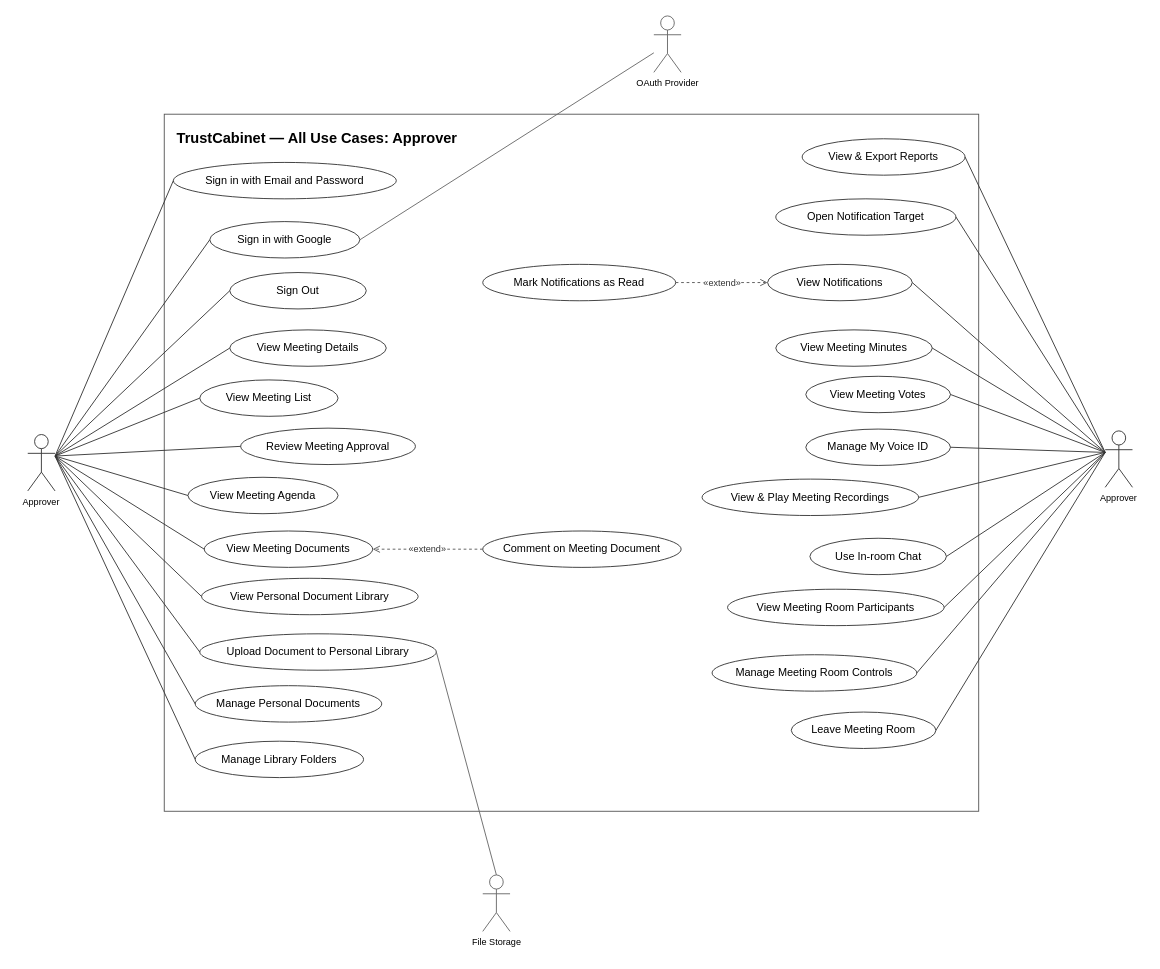
Above: page "Approver" (3 of 7) of docs/14-uc-diagram/trustcabinet-use-cases.drawio in callmehai/FU-FA26-G116 (draw.io), before the change. Source tidied: cells renumbered, new cells numbered last; positions are measured from the earlier drawing's top-left corner, leaving out a move shared by most shapes. Both pictures are drawn from the tidied source at 91%, with x=0, y=0 at pixel (27, 15).
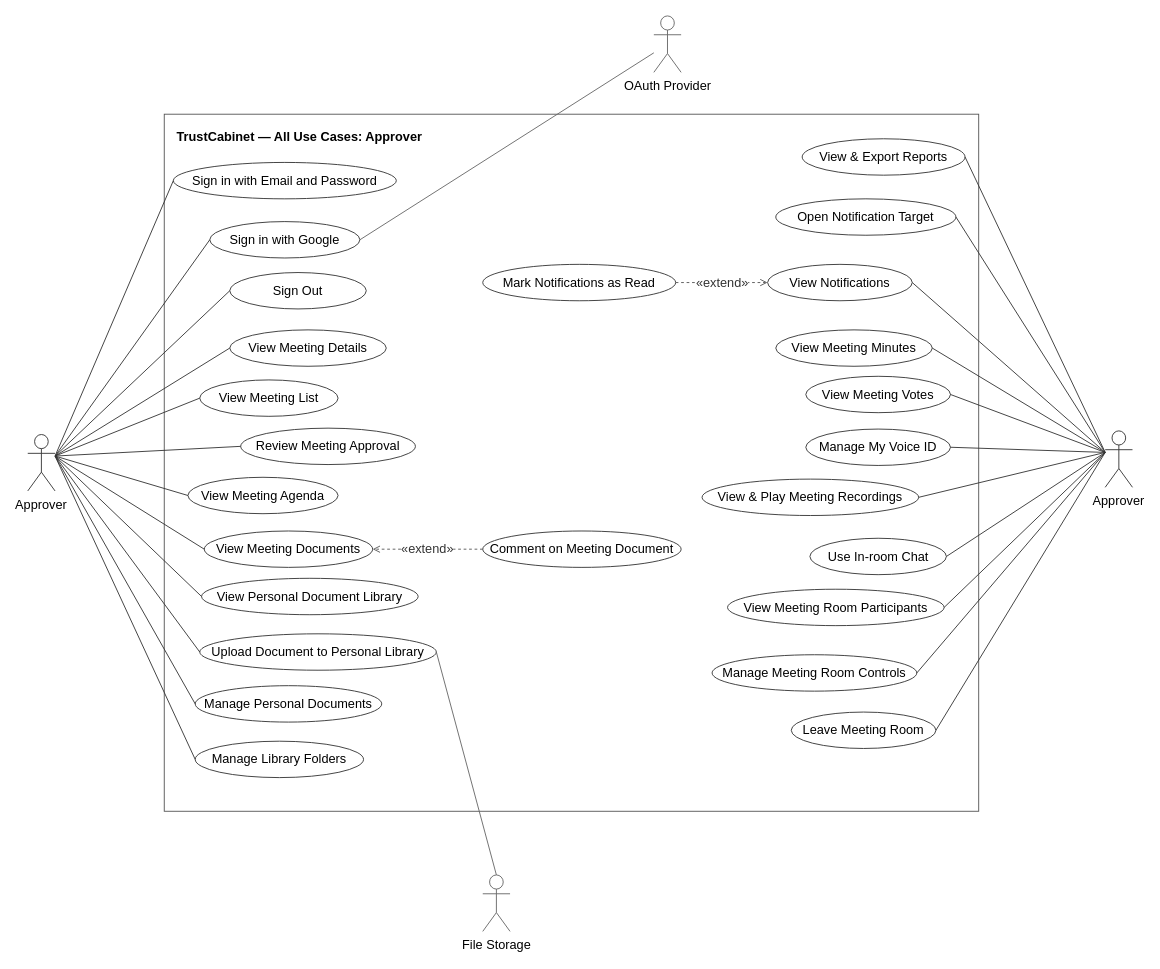
Above is the later version.

What changed in the source:
```diff
@@
-    <mxCell id="2" value="TrustCabinet — All Use Cases: Approver" style="rounded=0;whiteSpace=wrap;html=1;align=left;verticalAlign=top;spacingTop=10;spacingLeft=12;fontStyle=1;fontSize=16;strokeColor=#555555;fillColor=none;" parent="1" vertex="1">
+    <mxCell id="2" value="TrustCabinet — All Use Cases: Approver" style="rounded=0;whiteSpace=wrap;html=1;align=left;verticalAlign=top;spacingTop=10;spacingLeft=12;fontStyle=1;fontSize=14;strokeColor=#555555;fillColor=none;" parent="1" vertex="1">
       <mxGeometry x="150" y="108" width="895" height="766" as="geometry" />
     </mxCell>
-    <mxCell id="3" value="Approver" style="shape=umlActor;whiteSpace=wrap;verticalLabelPosition=bottom;verticalAlign=top;html=1;outlineConnect=0;fillColor=#ffffff;strokeColor=#333333;fontSize=10;" parent="1" vertex="1">
+    <mxCell id="3" value="Approver" style="shape=umlActor;whiteSpace=wrap;verticalLabelPosition=bottom;verticalAlign=top;html=1;outlineConnect=0;fillColor=#ffffff;strokeColor=#333333;fontSize=14;" parent="1" vertex="1">
       <mxGeometry y="460" width="30" height="62" as="geometry" />
     </mxCell>
-    <mxCell id="4" value="Approver" style="shape=umlActor;whiteSpace=wrap;verticalLabelPosition=bottom;verticalAlign=top;html=1;outlineConnect=0;fillColor=#ffffff;strokeColor=#333333;fontSize=10;" parent="1" vertex="1">
+    <mxCell id="4" value="Approver" style="shape=umlActor;whiteSpace=wrap;verticalLabelPosition=bottom;verticalAlign=top;html=1;outlineConnect=0;fillColor=#ffffff;strokeColor=#333333;fontSize=14;" parent="1" vertex="1">
       <mxGeometry x="1184" y="456" width="30" height="62" as="geometry" />
     </mxCell>
-    <mxCell id="5" value="Sign in with Email and Password" style="ellipse;whiteSpace=wrap;html=1;align=center;verticalAlign=middle;fontSize=12;strokeColor=#333333;fillColor=#ffffff;" parent="1" vertex="1">
+    <mxCell id="5" value="Sign in with Email and Password" style="ellipse;whiteSpace=wrap;html=1;align=center;verticalAlign=middle;fontSize=14;strokeColor=#333333;fillColor=#ffffff;" parent="1" vertex="1">
       <mxGeometry x="160" y="161" width="245" height="40" as="geometry" />
     </mxCell>
-    <mxCell id="6" value="Sign in with Google" style="ellipse;whiteSpace=wrap;html=1;align=center;verticalAlign=middle;fontSize=12;strokeColor=#333333;fillColor=#ffffff;" parent="1" vertex="1">
+    <mxCell id="6" value="Sign in with Google" style="ellipse;whiteSpace=wrap;html=1;align=center;verticalAlign=middle;fontSize=14;strokeColor=#333333;fillColor=#ffffff;" parent="1" vertex="1">
       <mxGeometry x="200" y="226" width="165" height="40" as="geometry" />
     </mxCell>
-    <mxCell id="7" value="Sign Out" style="ellipse;whiteSpace=wrap;html=1;align=center;verticalAlign=middle;fontSize=12;strokeColor=#333333;fillColor=#ffffff;" parent="1" vertex="1">
+    <mxCell id="7" value="Sign Out" style="ellipse;whiteSpace=wrap;html=1;align=center;verticalAlign=middle;fontSize=14;strokeColor=#333333;fillColor=#ffffff;" parent="1" vertex="1">
       <mxGeometry x="222" y="282" width="150" height="40" as="geometry" />
     </mxCell>
-    <mxCell id="8" value="View Meeting Details" style="ellipse;whiteSpace=wrap;html=1;align=center;verticalAlign=middle;fontSize=12;strokeColor=#333333;fillColor=#ffffff;" parent="1" vertex="1">
+    <mxCell id="8" value="View Meeting Details" style="ellipse;whiteSpace=wrap;html=1;align=center;verticalAlign=middle;fontSize=14;strokeColor=#333333;fillColor=#ffffff;" parent="1" vertex="1">
       <mxGeometry x="222" y="345" width="172" height="40" as="geometry" />
     </mxCell>
-    <mxCell id="9" value="View Meeting List" style="ellipse;whiteSpace=wrap;html=1;align=center;verticalAlign=middle;fontSize=12;strokeColor=#333333;fillColor=#ffffff;" parent="1" vertex="1">
+    <mxCell id="9" value="View Meeting List" style="ellipse;whiteSpace=wrap;html=1;align=center;verticalAlign=middle;fontSize=14;strokeColor=#333333;fillColor=#ffffff;" parent="1" vertex="1">
       <mxGeometry x="189" y="400" width="152" height="40" as="geometry" />
     </mxCell>
-    <mxCell id="10" value="Review Meeting Approval" style="ellipse;whiteSpace=wrap;html=1;align=center;verticalAlign=middle;fontSize=12;strokeColor=#333333;fillColor=#ffffff;" parent="1" vertex="1">
+    <mxCell id="10" value="Review Meeting Approval" style="ellipse;whiteSpace=wrap;html=1;align=center;verticalAlign=middle;fontSize=14;strokeColor=#333333;fillColor=#ffffff;" parent="1" vertex="1">
       <mxGeometry x="234" y="453" width="192" height="40" as="geometry" />
     </mxCell>
-    <mxCell id="11" value="View Notifications" style="ellipse;whiteSpace=wrap;html=1;align=center;verticalAlign=middle;fontSize=12;strokeColor=#333333;fillColor=#ffffff;" parent="1" vertex="1">
+    <mxCell id="11" value="View Notifications" style="ellipse;whiteSpace=wrap;html=1;align=center;verticalAlign=middle;fontSize=14;strokeColor=#333333;fillColor=#ffffff;" parent="1" vertex="1">
       <mxGeometry x="813" y="273" width="159" height="40" as="geometry" />
     </mxCell>
-    <mxCell id="12" value="Mark Notifications as Read" style="ellipse;whiteSpace=wrap;html=1;align=center;verticalAlign=middle;fontSize=12;strokeColor=#333333;fillColor=#ffffff;" parent="1" vertex="1">
+    <mxCell id="12" value="Mark Notifications as Read" style="ellipse;whiteSpace=wrap;html=1;align=center;verticalAlign=middle;fontSize=14;strokeColor=#333333;fillColor=#ffffff;" parent="1" vertex="1">
       <mxGeometry x="500" y="273" width="212" height="40" as="geometry" />
     </mxCell>
-    <mxCell id="13" value="Open Notification Target" style="ellipse;whiteSpace=wrap;html=1;align=center;verticalAlign=middle;fontSize=12;strokeColor=#333333;fillColor=#ffffff;" parent="1" vertex="1">
+    <mxCell id="13" value="Open Notification Target" style="ellipse;whiteSpace=wrap;html=1;align=center;verticalAlign=middle;fontSize=14;strokeColor=#333333;fillColor=#ffffff;" parent="1" vertex="1">
       <mxGeometry x="822" y="201" width="198" height="40" as="geometry" />
     </mxCell>
-    <mxCell id="14" value="Leave Meeting Room" style="ellipse;whiteSpace=wrap;html=1;align=center;verticalAlign=middle;fontSize=12;strokeColor=#333333;fillColor=#ffffff;" parent="1" vertex="1">
+    <mxCell id="14" value="Leave Meeting Room" style="ellipse;whiteSpace=wrap;html=1;align=center;verticalAlign=middle;fontSize=14;strokeColor=#333333;fillColor=#ffffff;" parent="1" vertex="1">
       <mxGeometry x="839" y="765" width="159" height="40" as="geometry" />
     </mxCell>
-    <mxCell id="15" value="Manage Meeting Room Controls" style="ellipse;whiteSpace=wrap;html=1;align=center;verticalAlign=middle;fontSize=12;strokeColor=#333333;fillColor=#ffffff;" parent="1" vertex="1">
+    <mxCell id="15" value="Manage Meeting Room Controls" style="ellipse;whiteSpace=wrap;html=1;align=center;verticalAlign=middle;fontSize=14;strokeColor=#333333;fillColor=#ffffff;" parent="1" vertex="1">
       <mxGeometry x="752" y="702" width="225" height="40" as="geometry" />
     </mxCell>
-    <mxCell id="16" value="View Meeting Room Participants" style="ellipse;whiteSpace=wrap;html=1;align=center;verticalAlign=middle;fontSize=12;strokeColor=#333333;fillColor=#ffffff;" parent="1" vertex="1">
+    <mxCell id="16" value="View Meeting Room Participants" style="ellipse;whiteSpace=wrap;html=1;align=center;verticalAlign=middle;fontSize=14;strokeColor=#333333;fillColor=#ffffff;" parent="1" vertex="1">
       <mxGeometry x="769" y="630" width="238" height="40" as="geometry" />
     </mxCell>
-    <mxCell id="17" value="Use In-room Chat" style="ellipse;whiteSpace=wrap;html=1;align=center;verticalAlign=middle;fontSize=12;strokeColor=#333333;fillColor=#ffffff;" parent="1" vertex="1">
+    <mxCell id="17" value="Use In-room Chat" style="ellipse;whiteSpace=wrap;html=1;align=center;verticalAlign=middle;fontSize=14;strokeColor=#333333;fillColor=#ffffff;" parent="1" vertex="1">
       <mxGeometry x="859.5" y="574" width="150" height="40" as="geometry" />
     </mxCell>
-    <mxCell id="18" value="View Meeting Agenda" style="ellipse;whiteSpace=wrap;html=1;align=center;verticalAlign=middle;fontSize=12;strokeColor=#333333;fillColor=#ffffff;" parent="1" vertex="1">
+    <mxCell id="18" value="View Meeting Agenda" style="ellipse;whiteSpace=wrap;html=1;align=center;verticalAlign=middle;fontSize=14;strokeColor=#333333;fillColor=#ffffff;" parent="1" vertex="1">
       <mxGeometry x="176" y="507" width="165" height="40" as="geometry" />
     </mxCell>
-    <mxCell id="19" value="View Meeting Documents" style="ellipse;whiteSpace=wrap;html=1;align=center;verticalAlign=middle;fontSize=12;strokeColor=#333333;fillColor=#ffffff;" parent="1" vertex="1">
+    <mxCell id="19" value="View Meeting Documents" style="ellipse;whiteSpace=wrap;html=1;align=center;verticalAlign=middle;fontSize=14;strokeColor=#333333;fillColor=#ffffff;" parent="1" vertex="1">
       <mxGeometry x="194" y="566" width="185" height="40" as="geometry" />
     </mxCell>
-    <mxCell id="20" value="View &amp; Play Meeting Recordings" style="ellipse;whiteSpace=wrap;html=1;align=center;verticalAlign=middle;fontSize=12;strokeColor=#333333;fillColor=#ffffff;" parent="1" vertex="1">
+    <mxCell id="20" value="View &amp; Play Meeting Recordings" style="ellipse;whiteSpace=wrap;html=1;align=center;verticalAlign=middle;fontSize=14;strokeColor=#333333;fillColor=#ffffff;" parent="1" vertex="1">
       <mxGeometry x="741" y="509" width="238" height="40" as="geometry" />
     </mxCell>
-    <mxCell id="21" value="View Meeting Votes" style="ellipse;whiteSpace=wrap;html=1;align=center;verticalAlign=middle;fontSize=12;strokeColor=#333333;fillColor=#ffffff;" parent="1" vertex="1">
+    <mxCell id="21" value="View Meeting Votes" style="ellipse;whiteSpace=wrap;html=1;align=center;verticalAlign=middle;fontSize=14;strokeColor=#333333;fillColor=#ffffff;" parent="1" vertex="1">
       <mxGeometry x="855" y="396" width="159" height="40" as="geometry" />
     </mxCell>
-    <mxCell id="22" value="View Meeting Minutes" style="ellipse;whiteSpace=wrap;html=1;align=center;verticalAlign=middle;fontSize=12;strokeColor=#333333;fillColor=#ffffff;" parent="1" vertex="1">
+    <mxCell id="22" value="View Meeting Minutes" style="ellipse;whiteSpace=wrap;html=1;align=center;verticalAlign=middle;fontSize=14;strokeColor=#333333;fillColor=#ffffff;" parent="1" vertex="1">
       <mxGeometry x="822" y="345" width="172" height="40" as="geometry" />
     </mxCell>
-    <mxCell id="23" value="View &amp; Export Reports" style="ellipse;whiteSpace=wrap;html=1;align=center;verticalAlign=middle;fontSize=12;strokeColor=#333333;fillColor=#ffffff;" parent="1" vertex="1">
+    <mxCell id="23" value="View &amp; Export Reports" style="ellipse;whiteSpace=wrap;html=1;align=center;verticalAlign=middle;fontSize=14;strokeColor=#333333;fillColor=#ffffff;" parent="1" vertex="1">
       <mxGeometry x="851" y="135" width="179" height="40" as="geometry" />
     </mxCell>
-    <mxCell id="24" value="View Personal Document Library" style="ellipse;whiteSpace=wrap;html=1;align=center;verticalAlign=middle;fontSize=12;strokeColor=#333333;fillColor=#ffffff;" parent="1" vertex="1">
+    <mxCell id="24" value="View Personal Document Library" style="ellipse;whiteSpace=wrap;html=1;align=center;verticalAlign=middle;fontSize=14;strokeColor=#333333;fillColor=#ffffff;" parent="1" vertex="1">
       <mxGeometry x="191" y="618" width="238" height="40" as="geometry" />
     </mxCell>
-    <mxCell id="25" value="Upload Document to Personal Library" style="ellipse;whiteSpace=wrap;html=1;align=center;verticalAlign=middle;fontSize=12;strokeColor=#333333;fillColor=#ffffff;" parent="1" vertex="1">
+    <mxCell id="25" value="Upload Document to Personal Library" style="ellipse;whiteSpace=wrap;html=1;align=center;verticalAlign=middle;fontSize=14;strokeColor=#333333;fillColor=#ffffff;" parent="1" vertex="1">
       <mxGeometry x="189" y="679" width="260" height="40" as="geometry" />
     </mxCell>
-    <mxCell id="26" value="Manage Personal Documents" style="ellipse;whiteSpace=wrap;html=1;align=center;verticalAlign=middle;fontSize=12;strokeColor=#333333;fillColor=#ffffff;" parent="1" vertex="1">
+    <mxCell id="26" value="Manage Personal Documents" style="ellipse;whiteSpace=wrap;html=1;align=center;verticalAlign=middle;fontSize=14;strokeColor=#333333;fillColor=#ffffff;" parent="1" vertex="1">
       <mxGeometry x="184" y="736" width="205" height="40" as="geometry" />
     </mxCell>
-    <mxCell id="27" value="Manage Library Folders" style="ellipse;whiteSpace=wrap;html=1;align=center;verticalAlign=middle;fontSize=12;strokeColor=#333333;fillColor=#ffffff;" parent="1" vertex="1">
+    <mxCell id="27" value="Manage Library Folders" style="ellipse;whiteSpace=wrap;html=1;align=center;verticalAlign=middle;fontSize=14;strokeColor=#333333;fillColor=#ffffff;" parent="1" vertex="1">
       <mxGeometry x="184" y="797" width="185" height="40" as="geometry" />
     </mxCell>
-    <mxCell id="28" value="Manage My Voice ID" style="ellipse;whiteSpace=wrap;html=1;align=center;verticalAlign=middle;fontSize=12;strokeColor=#333333;fillColor=#ffffff;" parent="1" vertex="1">
+    <mxCell id="28" value="Manage My Voice ID" style="ellipse;whiteSpace=wrap;html=1;align=center;verticalAlign=middle;fontSize=14;strokeColor=#333333;fillColor=#ffffff;" parent="1" vertex="1">
       <mxGeometry x="855" y="454" width="159" height="40" as="geometry" />
     </mxCell>
-    <mxCell id="29" value="Comment on Meeting Document" style="ellipse;whiteSpace=wrap;html=1;align=center;verticalAlign=middle;fontSize=12;strokeColor=#333333;fillColor=#ffffff;" parent="1" vertex="1">
+    <mxCell id="29" value="Comment on Meeting Document" style="ellipse;whiteSpace=wrap;html=1;align=center;verticalAlign=middle;fontSize=14;strokeColor=#333333;fillColor=#ffffff;" parent="1" vertex="1">
       <mxGeometry x="500" y="566" width="218" height="40" as="geometry" />
     </mxCell>
-    <mxCell id="30" value="OAuth Provider" style="shape=umlActor;verticalLabelPosition=bottom;verticalAlign=top;html=1;outlineConnect=0;fillColor=#ffffff;strokeColor=#666666;fontSize=10;" parent="1" vertex="1">
+    <mxCell id="30" value="OAuth Provider" style="shape=umlActor;verticalLabelPosition=bottom;verticalAlign=top;html=1;outlineConnect=0;fillColor=#ffffff;strokeColor=#666666;fontSize=14;" parent="1" vertex="1">
       <mxGeometry x="688" width="30" height="62" as="geometry" />
     </mxCell>
-    <mxCell id="31" value="File Storage" style="shape=umlActor;verticalLabelPosition=bottom;verticalAlign=top;html=1;outlineConnect=0;fillColor=#ffffff;strokeColor=#666666;fontSize=10;" parent="1" vertex="1">
+    <mxCell id="31" value="File Storage" style="shape=umlActor;verticalLabelPosition=bottom;verticalAlign=top;html=1;outlineConnect=0;fillColor=#ffffff;strokeColor=#666666;fontSize=14;" parent="1" vertex="1">
       <mxGeometry x="500" y="944" width="30" height="62" as="geometry" />
     </mxCell>
@@
-    <mxCell id="34" value="&amp;#171;extend&amp;#187;" style="edgeStyle=none;html=1;dashed=1;strokeColor=#555555;fontColor=#333333;fontSize=10;endArrow=open;endFill=0;labelBackgroundColor=#FFFFFF;exitX=0;exitY=0.5;exitDx=0;exitDy=0;entryX=1;entryY=0.5;entryDx=0;entryDy=0;" parent="1" edge="1" source="29" target="19">
+    <mxCell id="34" value="&amp;#171;extend&amp;#187;" style="edgeStyle=none;html=1;dashed=1;strokeColor=#555555;fontColor=#333333;fontSize=14;endArrow=open;endFill=0;labelBackgroundColor=#FFFFFF;exitX=0;exitY=0.5;exitDx=0;exitDy=0;entryX=1;entryY=0.5;entryDx=0;entryDy=0;" parent="1" edge="1" source="29" target="19">
       <mxGeometry relative="1" as="geometry" />
     </mxCell>
-    <mxCell id="35" value="&amp;#171;extend&amp;#187;" style="edgeStyle=none;html=1;dashed=1;strokeColor=#555555;fontColor=#333333;fontSize=10;endArrow=open;endFill=0;labelBackgroundColor=#FFFFFF;entryX=0;entryY=0.5;entryDx=0;entryDy=0;" parent="1" edge="1" source="12" target="11">
+    <mxCell id="35" value="&amp;#171;extend&amp;#187;" style="edgeStyle=none;html=1;dashed=1;strokeColor=#555555;fontColor=#333333;fontSize=14;endArrow=open;endFill=0;labelBackgroundColor=#FFFFFF;entryX=0;entryY=0.5;entryDx=0;entryDy=0;" parent="1" edge="1" source="12" target="11">
       <mxGeometry relative="1" as="geometry" />
     </mxCell>
```
